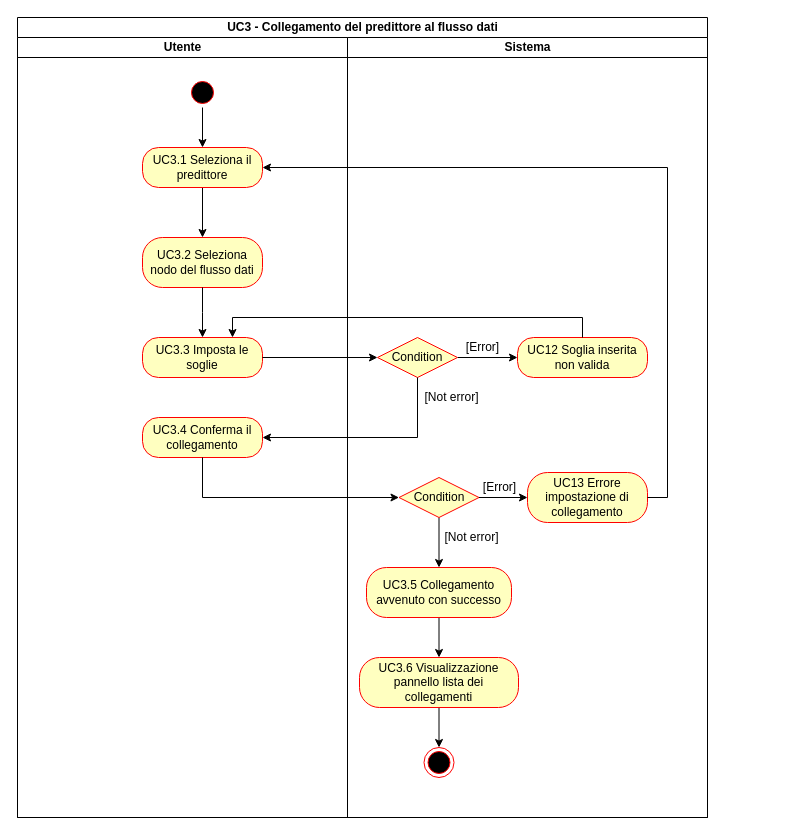
Above: Diagrams/Activity_diagrams/uc3.drawio in teamafkSWE/PredireInGrafana-docs (draw.io), before the change. Source tidied: cells renumbered, new cells numbered last; positions are measured from the earlier drawing's top-left corner, leaving out a move shared by most shapes. Both pictures are drawn from the tidied source at 100%, with x=0, y=0 at pixel (17, 17).
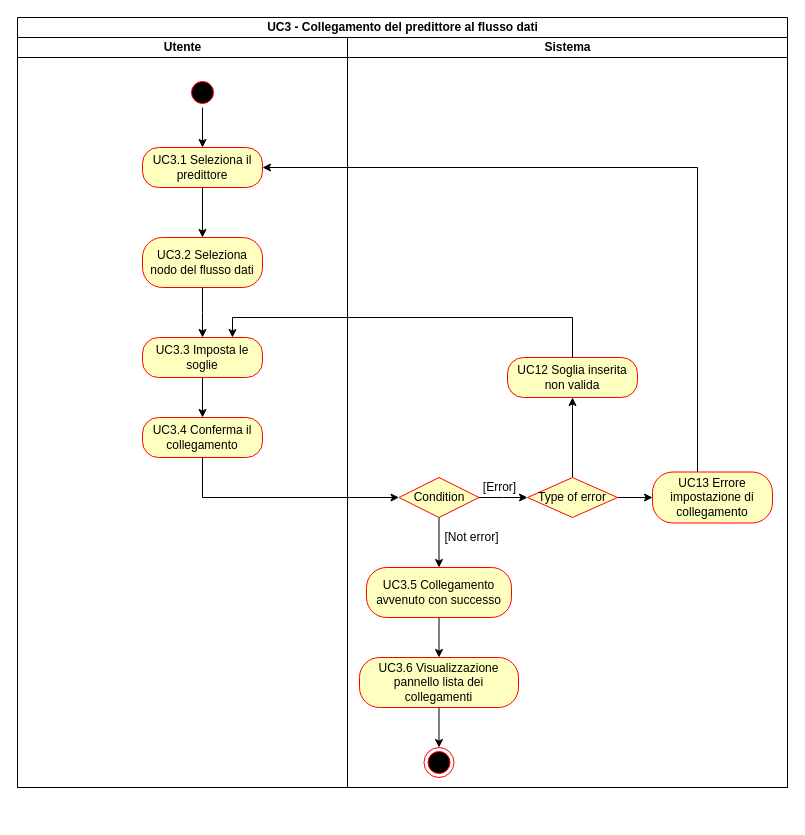
The same diagram, later.

Commit message (it also covers changes not shown here):
Updated UC3 e diagrammi in allegato tecnico

The change refers to these unchanged cells:
```xml
<mxCell id="7" value="UC3.1 Seleziona il predittore" style="rounded=1;whiteSpace=wrap;html=1;arcSize=40;fontColor=#000000;fillColor=#ffffc0;strokeColor=#ff0000;" parent="3" vertex="1">
  <mxGeometry x="125" y="110" width="120" height="40" as="geometry" />
</mxCell>
<mxCell id="9" value="UC3.3 Imposta le soglie" style="rounded=1;whiteSpace=wrap;html=1;arcSize=40;fontColor=#000000;fillColor=#ffffc0;strokeColor=#ff0000;" parent="3" vertex="1">
  <mxGeometry x="125" y="300" width="120" height="40" as="geometry" />
</mxCell>
<mxCell id="10" value="UC3.4 Conferma il collegamento" style="rounded=1;whiteSpace=wrap;html=1;arcSize=40;fontColor=#000000;fillColor=#ffffc0;strokeColor=#ff0000;" parent="3" vertex="1">
  <mxGeometry x="125" y="380" width="120" height="40" as="geometry" />
</mxCell>
<mxCell id="17" value="Condition" style="rhombus;whiteSpace=wrap;html=1;fillColor=#ffffc0;strokeColor=#ff0000;" parent="11" vertex="1">
  <mxGeometry x="51.5" y="440" width="80" height="40" as="geometry" />
</mxCell>
```

Diff of the diagram source:
```diff
@@
     <mxCell id="2" value="UC3 - Collegamento del predittore al flusso dati" style="swimlane;html=1;startSize=20;" parent="1" vertex="1">
-      <mxGeometry width="690" height="800" as="geometry" />
+      <mxGeometry width="770" height="770" as="geometry" />
     </mxCell>
     <mxCell id="3" value="Utente" style="swimlane;html=1;startSize=20;" parent="2" vertex="1">
-      <mxGeometry y="20" width="330" height="780" as="geometry" />
+      <mxGeometry y="20" width="330" height="750" as="geometry" />
     </mxCell>
@@
+    <mxCell id="34" style="edgeStyle=orthogonalEdgeStyle;rounded=0;jettySize=auto;html=1;exitX=0.5;exitY=1;exitDx=0;exitDy=0;" parent="3" edge="1" source="9" target="10">
+      <mxGeometry relative="1" as="geometry" />
+    </mxCell>
@@
     <mxCell id="11" value="Sistema" style="swimlane;html=1;startSize=20;" parent="2" vertex="1">
-      <mxGeometry x="330" y="20" width="360" height="780" as="geometry" />
+      <mxGeometry x="330" y="20" width="440" height="750" as="geometry" />
     </mxCell>
-    <mxCell id="12" style="edgeStyle=orthogonalEdgeStyle;rounded=0;jettySize=auto;html=1;exitX=1;exitY=0.5;exitDx=0;exitDy=0;entryX=0;entryY=0.5;entryDx=0;entryDy=0;strokeColor=#000000;" parent="11" edge="1" source="13" target="23">
-      <mxGeometry relative="1" as="geometry" />
-    </mxCell>
-    <mxCell id="13" value="Condition" style="rhombus;whiteSpace=wrap;html=1;fillColor=#ffffc0;strokeColor=#ff0000;" parent="11" vertex="1">
-      <mxGeometry x="30" y="300" width="80" height="40" as="geometry" />
-    </mxCell>
-    <mxCell id="14" style="edgeStyle=orthogonalEdgeStyle;rounded=0;jettySize=auto;html=1;exitX=1;exitY=0.5;exitDx=0;exitDy=0;strokeColor=#000000;" parent="11" edge="1" source="17" target="22">
-      <mxGeometry relative="1" as="geometry" />
+    <mxCell id="14" style="edgeStyle=orthogonalEdgeStyle;rounded=0;jettySize=auto;html=1;exitX=1;exitY=0.5;exitDx=0;exitDy=0;strokeColor=#000000;" parent="11" edge="1" source="17">
+      <mxGeometry relative="1" as="geometry">
+        <mxPoint x="180" y="460" as="targetPoint" />
+      </mxGeometry>
     </mxCell>
@@
-    <mxCell id="19" value="[Not error]" style="text;html=1;align=center;verticalAlign=middle;" parent="11" vertex="1">
-      <mxGeometry x="69" y="350" width="70" height="20" as="geometry" />
-    </mxCell>
-    <mxCell id="20" value="[Error]" style="text;html=1;align=center;verticalAlign=middle;" parent="11" vertex="1">
-      <mxGeometry x="110" y="300" width="50" height="20" as="geometry" />
-    </mxCell>
@@
-    <mxCell id="22" value="UC13 Errore impostazione di collegamento" style="rounded=1;whiteSpace=wrap;html=1;arcSize=40;fontColor=#000000;fillColor=#ffffc0;strokeColor=#ff0000;" parent="11" vertex="1">
-      <mxGeometry x="180" y="435" width="120" height="50" as="geometry" />
-    </mxCell>
-    <mxCell id="23" value="UC12 Soglia inserita non valida" style="rounded=1;whiteSpace=wrap;html=1;arcSize=40;fontColor=#000000;fillColor=#ffffc0;strokeColor=#ff0000;" parent="11" vertex="1">
-      <mxGeometry x="170" y="300" width="130" height="40" as="geometry" />
-    </mxCell>
@@
-    <mxCell id="28" style="edgeStyle=orthogonalEdgeStyle;rounded=0;jettySize=auto;html=1;exitX=1;exitY=0.5;exitDx=0;exitDy=0;strokeColor=#000000;" parent="2" edge="1" source="9" target="13">
-      <mxGeometry relative="1" as="geometry" />
-    </mxCell>
+    <mxCell id="35" style="edgeStyle=orthogonalEdgeStyle;rounded=0;jettySize=auto;html=1;exitX=1;exitY=0.5;exitDx=0;exitDy=0;entryX=0;entryY=0.5;entryDx=0;entryDy=0;" parent="11" edge="1" source="37" target="22">
+      <mxGeometry relative="1" as="geometry" />
+    </mxCell>
+    <mxCell id="36" style="edgeStyle=orthogonalEdgeStyle;rounded=0;jettySize=auto;html=1;exitX=0.5;exitY=0;exitDx=0;exitDy=0;" parent="11" edge="1" source="37" target="23">
+      <mxGeometry relative="1" as="geometry" />
+    </mxCell>
+    <mxCell id="37" value="Type of error" style="rhombus;whiteSpace=wrap;html=1;fillColor=#ffffc0;strokeColor=#ff0000;" parent="11" vertex="1">
+      <mxGeometry x="180" y="440" width="90" height="40" as="geometry" />
+    </mxCell>
+    <mxCell id="23" value="UC12 Soglia inserita non valida" style="rounded=1;whiteSpace=wrap;html=1;arcSize=40;fontColor=#000000;fillColor=#ffffc0;strokeColor=#ff0000;" parent="11" vertex="1">
+      <mxGeometry x="160" y="320" width="130" height="40" as="geometry" />
+    </mxCell>
+    <mxCell id="22" value="UC13 Errore impostazione di collegamento" style="rounded=1;whiteSpace=wrap;html=1;arcSize=40;fontColor=#000000;fillColor=#ffffc0;strokeColor=#ff0000;" parent="11" vertex="1">
+      <mxGeometry x="305" y="434.5" width="120" height="51" as="geometry" />
+    </mxCell>
@@
-    <mxCell id="30" style="edgeStyle=orthogonalEdgeStyle;rounded=0;jettySize=auto;html=1;exitX=0.5;exitY=1;exitDx=0;exitDy=0;entryX=1;entryY=0.5;entryDx=0;entryDy=0;strokeColor=#000000;" parent="2" edge="1" source="13" target="10">
-      <mxGeometry relative="1" as="geometry" />
-    </mxCell>
@@
-    <mxCell id="32" style="edgeStyle=orthogonalEdgeStyle;rounded=0;jettySize=auto;html=1;exitX=1;exitY=0.5;exitDx=0;exitDy=0;entryX=1;entryY=0.5;entryDx=0;entryDy=0;strokeColor=#000000;" parent="2" edge="1" source="22" target="7">
-      <mxGeometry relative="1" as="geometry" />
+    <mxCell id="32" style="edgeStyle=orthogonalEdgeStyle;rounded=0;jettySize=auto;html=1;entryX=1;entryY=0.5;entryDx=0;entryDy=0;" parent="2" edge="1" source="22" target="7">
+      <mxGeometry relative="1" as="geometry">
+        <Array as="points">
+          <mxPoint x="680" y="150" />
+        </Array>
+      </mxGeometry>
     </mxCell>
```
